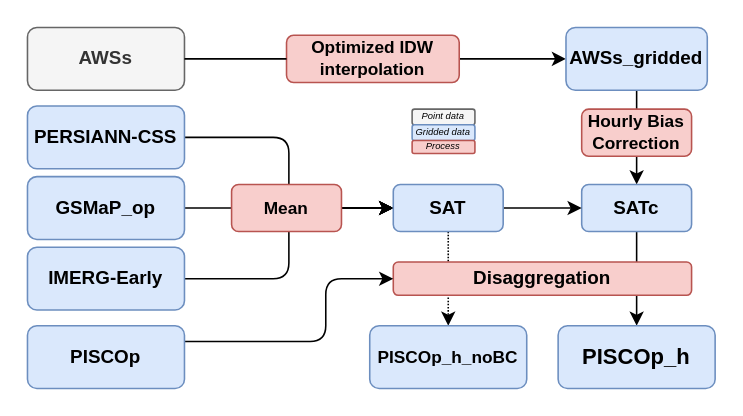
Above: Untitled Diagram.drawio in adrHuerta/diagrams (draw.io), before the change. Source tidied: cells renumbered, new cells numbered last; positions are measured from the earlier drawing's top-left corner, leaving out a move shared by most shapes. Both pictures are drawn from the tidied source at 157%, with x=0, y=0 at pixel (27, 27).
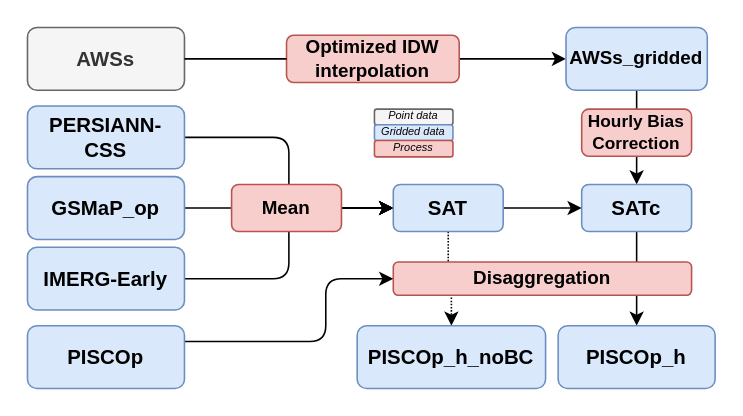
After the change.

What changed in the source:
```diff
@@
-    <mxCell id="5" value="PERSIANN-CSS" style="rounded=1;whiteSpace=wrap;html=1;fillColor=#dae8fc;strokeColor=#6c8ebf;fontStyle=1;" parent="1" vertex="1">
+    <mxCell id="5" value="PERSIANN-CSS" style="rounded=1;whiteSpace=wrap;html=1;fillColor=#dae8fc;strokeColor=#6c8ebf;fontStyle=1;fontSize=13;" parent="1" vertex="1">
       <mxGeometry y="50" width="100" height="40" as="geometry" />
     </mxCell>
@@
-    <mxCell id="7" value="GSMaP_op" style="rounded=1;whiteSpace=wrap;html=1;fillColor=#dae8fc;strokeColor=#6c8ebf;fontStyle=1;" parent="1" vertex="1">
+    <mxCell id="7" value="GSMaP_op" style="rounded=1;whiteSpace=wrap;html=1;fillColor=#dae8fc;strokeColor=#6c8ebf;fontStyle=1;fontSize=13;" parent="1" vertex="1">
       <mxGeometry y="95" width="100" height="40" as="geometry" />
     </mxCell>
@@
-    <mxCell id="10" value="IMERG-Early" style="rounded=1;whiteSpace=wrap;html=1;fillColor=#dae8fc;strokeColor=#6c8ebf;fontStyle=1;" parent="1" vertex="1">
+    <mxCell id="10" value="IMERG-Early" style="rounded=1;whiteSpace=wrap;html=1;fillColor=#dae8fc;strokeColor=#6c8ebf;fontStyle=1;fontSize=13;" parent="1" vertex="1">
       <mxGeometry y="140" width="100" height="40" as="geometry" />
     </mxCell>
@@
-    <mxCell id="12" value="AWSs" style="rounded=1;whiteSpace=wrap;html=1;fillColor=#f5f5f5;fontColor=#333333;strokeColor=#666666;fontStyle=1;" parent="1" vertex="1">
+    <mxCell id="12" value="AWSs" style="rounded=1;whiteSpace=wrap;html=1;fillColor=#f5f5f5;fontColor=#333333;strokeColor=#666666;fontStyle=1;fontSize=13;" parent="1" vertex="1">
       <mxGeometry width="100" height="40" as="geometry" />
     </mxCell>
@@
-    <mxCell id="16" value="Optimized IDW&lt;br style=&quot;font-size: 11px;&quot;&gt;interpolation" style="text;html=1;align=center;verticalAlign=middle;whiteSpace=wrap;rounded=1;fillColor=#f8cecc;strokeColor=#b85450;fontStyle=1;fontSize=11;" parent="1" vertex="1">
+    <mxCell id="16" value="Optimized IDW&lt;br style=&quot;font-size: 12px;&quot;&gt;interpolation" style="text;html=1;align=center;verticalAlign=middle;whiteSpace=wrap;rounded=1;fillColor=#f8cecc;strokeColor=#b85450;fontStyle=1;fontSize=12;" parent="1" vertex="1">
       <mxGeometry x="165" y="5" width="110" height="30" as="geometry" />
     </mxCell>
@@
-    <mxCell id="18" value="&lt;font style=&quot;font-size: 14px&quot;&gt;PISCOp_h&lt;/font&gt;" style="rounded=1;whiteSpace=wrap;html=1;fillColor=#dae8fc;strokeColor=#6c8ebf;fontStyle=1;" parent="1" vertex="1">
+    <mxCell id="18" value="&lt;font style=&quot;font-size: 13px;&quot;&gt;PISCOp_h&lt;/font&gt;" style="rounded=1;whiteSpace=wrap;html=1;fillColor=#dae8fc;strokeColor=#6c8ebf;fontStyle=1;fontSize=13;" parent="1" vertex="1">
       <mxGeometry x="338" y="190" width="100" height="40" as="geometry" />
     </mxCell>
@@
-    <mxCell id="20" value="PISCOp" style="rounded=1;whiteSpace=wrap;html=1;fillColor=#dae8fc;strokeColor=#6c8ebf;fontStyle=1;" parent="1" vertex="1">
+    <mxCell id="20" value="PISCOp" style="rounded=1;whiteSpace=wrap;html=1;fillColor=#dae8fc;strokeColor=#6c8ebf;fontStyle=1;fontSize=13;" parent="1" vertex="1">
       <mxGeometry y="190" width="100" height="40" as="geometry" />
     </mxCell>
-    <mxCell id="21" value="SATc" style="rounded=1;whiteSpace=wrap;html=1;fillColor=#dae8fc;strokeColor=#6c8ebf;fontStyle=1;" parent="1" vertex="1">
+    <mxCell id="21" value="SATc" style="rounded=1;whiteSpace=wrap;html=1;fillColor=#dae8fc;strokeColor=#6c8ebf;fontStyle=1;fontSize=13;" parent="1" vertex="1">
       <mxGeometry x="353" y="100" width="70" height="30" as="geometry" />
     </mxCell>
@@
-    <mxCell id="24" value="SAT" style="rounded=1;whiteSpace=wrap;html=1;fillColor=#dae8fc;strokeColor=#6c8ebf;fontStyle=1;" parent="1" vertex="1">
+    <mxCell id="24" value="SAT" style="rounded=1;whiteSpace=wrap;html=1;fillColor=#dae8fc;strokeColor=#6c8ebf;fontStyle=1;fontSize=13;" parent="1" vertex="1">
       <mxGeometry x="233" y="100" width="70" height="30" as="geometry" />
     </mxCell>
-    <mxCell id="25" value="PISCOp_h_noBC" style="rounded=1;whiteSpace=wrap;html=1;fillColor=#dae8fc;strokeColor=#6c8ebf;fontStyle=1;fontSize=11;" parent="1" vertex="1">
-      <mxGeometry x="218" y="190" width="100" height="40" as="geometry" />
+    <mxCell id="25" value="PISCOp_h_noBC" style="rounded=1;whiteSpace=wrap;html=1;fillColor=#dae8fc;strokeColor=#6c8ebf;fontStyle=1;fontSize=13;" parent="1" vertex="1">
+      <mxGeometry x="210" y="190" width="120" height="40" as="geometry" />
     </mxCell>
+    <mxCell id="30" value="Mean" style="text;html=1;align=center;verticalAlign=middle;whiteSpace=wrap;rounded=1;fillColor=#f8cecc;strokeColor=#b85450;fontStyle=1;fontSize=12;" parent="1" vertex="1">
+      <mxGeometry x="130" y="100" width="70" height="30" as="geometry" />
+    </mxCell>
-    <mxCell id="26" style="group;" parent="1" vertex="1">
-      <mxGeometry x="245" y="52" width="40" height="28.3" as="geometry" />
+    <mxCell id="26" style="group;fontSize=7;" parent="1" vertex="1">
+      <mxGeometry x="221" y="52" width="50" height="30.4" as="geometry" />
     </mxCell>
-    <mxCell id="27" value="Point data" style="rounded=1;whiteSpace=wrap;html=1;fontSize=6;fillColor=#f5f5f5;strokeColor=#666666;fontStyle=2;fontColor=#030303;" parent="26" vertex="1">
-      <mxGeometry width="40" height="10" as="geometry" />
+    <mxCell id="27" value="Point data" style="rounded=1;whiteSpace=wrap;html=1;fontSize=7;fillColor=#f5f5f5;strokeColor=#666666;fontStyle=2;fontColor=#030303;" parent="26" vertex="1">
+      <mxGeometry width="50" height="10" as="geometry" />
     </mxCell>
-    <mxCell id="28" value="Gridded data" style="rounded=1;whiteSpace=wrap;html=1;fontSize=6;fillColor=#dae8fc;strokeColor=#6c8ebf;fontStyle=2;fontColor=#030303;" parent="26" vertex="1">
-      <mxGeometry y="10" width="40" height="10" as="geometry" />
+    <mxCell id="28" value="Gridded data" style="rounded=1;whiteSpace=wrap;html=1;fontSize=7;fillColor=#dae8fc;strokeColor=#6c8ebf;fontStyle=2;fontColor=#030303;" parent="26" vertex="1">
+      <mxGeometry y="10" width="50" height="10" as="geometry" />
     </mxCell>
-    <mxCell id="29" value="Process" style="rounded=1;whiteSpace=wrap;html=1;fontSize=6;fillColor=#f8cecc;strokeColor=#b85450;fontStyle=2;" parent="26" vertex="1">
-      <mxGeometry y="20" width="40" height="8.3" as="geometry" />
+    <mxCell id="29" value="Process" style="rounded=1;whiteSpace=wrap;html=1;fontSize=7;fillColor=#f8cecc;strokeColor=#b85450;fontStyle=2;" parent="26" vertex="1">
+      <mxGeometry y="20" width="50" height="10.4" as="geometry" />
     </mxCell>
-    <mxCell id="30" value="Mean" style="text;html=1;align=center;verticalAlign=middle;whiteSpace=wrap;rounded=1;fillColor=#f8cecc;strokeColor=#b85450;fontStyle=1;fontSize=11;" parent="1" vertex="1">
-      <mxGeometry x="130" y="100" width="70" height="30" as="geometry" />
-    </mxCell>
```
